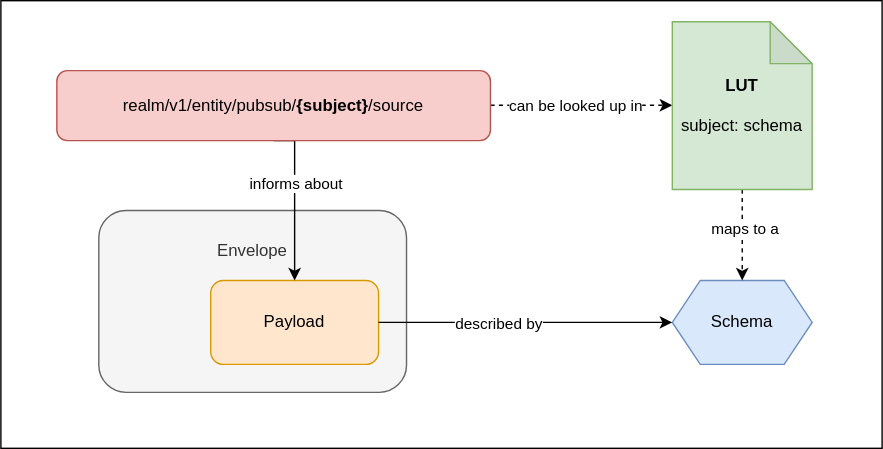
RISE-Maritime/keelson keeps this draw.io diagram as Doc/subject_payload_schema.drawio.svg. Above is the earlier version. Source tidied: cells renumbered, new cells last; positions are measured from the earlier drawing's top-left corner, leaving out a move shared by most shapes.
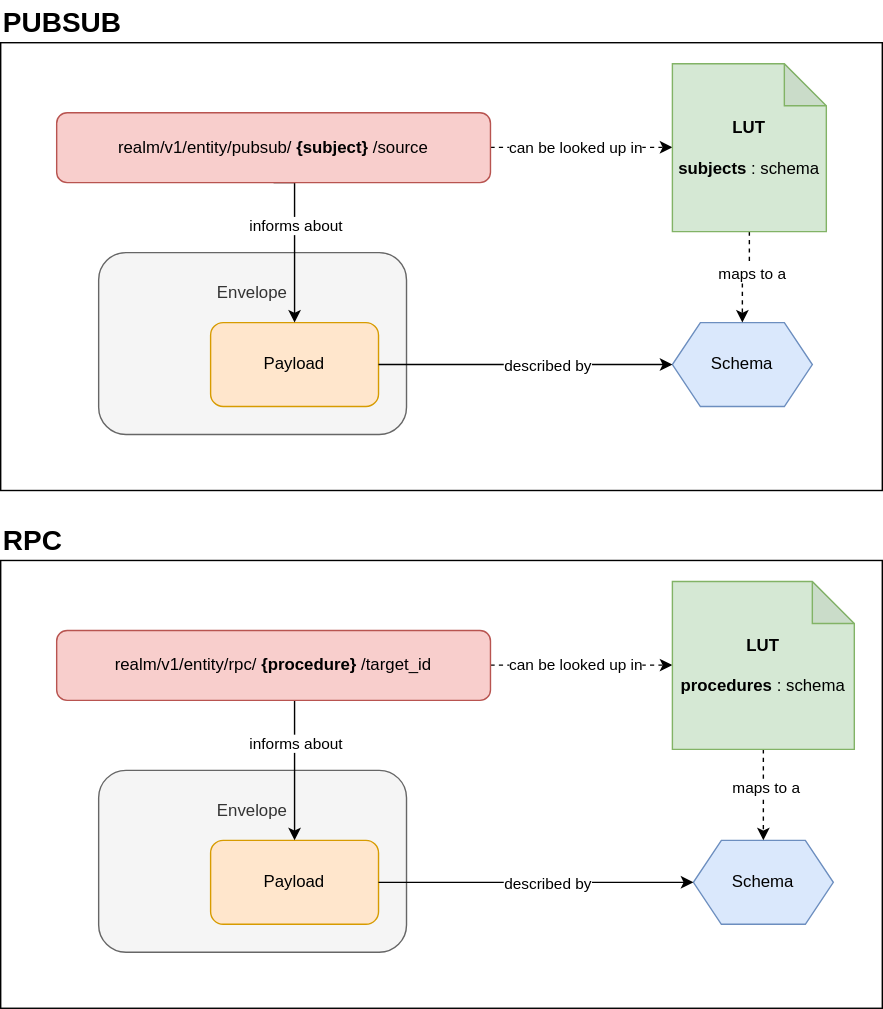
Later version of the same file.

Diff of the diagram source:
```diff
@@ -11,17 +11,19 @@
     <mxCell id="4" value="Envelope&lt;br&gt;&lt;br&gt;&lt;br&gt;&lt;br&gt;&lt;br&gt;&lt;br&gt;" style="rounded=1;whiteSpace=wrap;html=1;fillColor=#f5f5f5;strokeColor=#666666;fontColor=#333333;" parent="3" vertex="1">
       <mxGeometry width="220" height="130" as="geometry" />
     </mxCell>
-    <mxCell id="5" value="Payload" style="rounded=1;whiteSpace=wrap;html=1;fillColor=#ffe6cc;strokeColor=#d79b00;" parent="3" vertex="1">
+    <mxCell id="5" value="&lt;font color=&quot;#000000&quot;&gt;Payload&lt;/font&gt;" style="rounded=1;whiteSpace=wrap;html=1;fillColor=#ffe6cc;strokeColor=#d79b00;" parent="3" vertex="1">
       <mxGeometry x="80" y="50" width="120" height="60" as="geometry" />
     </mxCell>
-    <mxCell id="6" value="Schema" style="shape=hexagon;perimeter=hexagonPerimeter2;whiteSpace=wrap;html=1;fixedSize=1;fillColor=#dae8fc;strokeColor=#6c8ebf;" parent="1" vertex="1">
+    <mxCell id="6" value="&lt;font color=&quot;#000000&quot;&gt;Schema&lt;/font&gt;" style="shape=hexagon;perimeter=hexagonPerimeter2;whiteSpace=wrap;html=1;fixedSize=1;fillColor=#dae8fc;strokeColor=#6c8ebf;" parent="1" vertex="1">
       <mxGeometry x="480" y="200" width="100" height="60" as="geometry" />
     </mxCell>
     <mxCell id="7" style="edgeStyle=orthogonalEdgeStyle;rounded=0;jettySize=auto;html=1;exitX=1;exitY=0.5;exitDx=0;exitDy=0;entryX=0;entryY=0.5;entryDx=0;entryDy=0;startArrow=none;startFill=0;endArrow=classic;endFill=1;" parent="1" edge="1" source="5" target="6">
       <mxGeometry relative="1" as="geometry" />
     </mxCell>
     <mxCell id="8" value="described by" style="edgeLabel;html=1;align=center;verticalAlign=middle;" parent="7" vertex="1">
-      <mxGeometry x="-0.19" relative="1" as="geometry" />
+      <mxGeometry x="-0.19" relative="1" as="geometry">
+        <mxPoint x="35" as="offset" />
+      </mxGeometry>
     </mxCell>
     <mxCell id="9" style="edgeStyle=orthogonalEdgeStyle;rounded=0;jettySize=auto;html=1;exitX=0.5;exitY=1;exitDx=0;exitDy=0;" parent="1" edge="1" source="13" target="5">
       <mxGeometry relative="1" as="geometry">
@@ -46,7 +48,7 @@
         <mxPoint x="6" as="offset" />
       </mxGeometry>
     </mxCell>
-    <mxCell id="13" value="realm/v1/entity/pubsub/&lt;b&gt;{subject}&lt;/b&gt;/source" style="rounded=1;whiteSpace=wrap;html=1;fillColor=#f8cecc;strokeColor=#b85450;" parent="1" vertex="1">
+    <mxCell id="13" value="&lt;font color=&quot;#000000&quot;&gt;realm/v1/entity/pubsub/&lt;b&gt;{subject}&lt;/b&gt;/source&lt;/font&gt;" style="rounded=1;whiteSpace=wrap;html=1;fillColor=#f8cecc;strokeColor=#b85450;" parent="1" vertex="1">
       <mxGeometry x="40" y="50" width="310" height="50" as="geometry" />
     </mxCell>
     <mxCell id="14" style="edgeStyle=orthogonalEdgeStyle;rounded=0;jettySize=auto;html=1;exitX=0.5;exitY=1;exitDx=0;exitDy=0;exitPerimeter=0;entryX=0.5;entryY=0;entryDx=0;entryDy=0;dashed=1;" parent="1" edge="1" source="16" target="6">
@@ -55,8 +57,72 @@
     <mxCell id="15" value="maps to a" style="edgeLabel;html=1;align=center;verticalAlign=middle;" parent="14" vertex="1">
       <mxGeometry x="-0.18" y="1" relative="1" as="geometry" />
     </mxCell>
-    <mxCell id="16" value="&lt;b&gt;LUT&lt;/b&gt;&lt;br&gt;&lt;br&gt;subject: schema" style="shape=note;whiteSpace=wrap;html=1;backgroundOutline=1;darkOpacity=0.05;fillColor=#d5e8d4;strokeColor=#82b366;" parent="1" vertex="1">
-      <mxGeometry x="480" y="15" width="100" height="120" as="geometry" />
+    <mxCell id="16" value="&lt;font color=&quot;#000000&quot;&gt;&lt;b&gt;LUT&lt;/b&gt;&lt;br&gt;&lt;br&gt;&lt;b&gt;subjects&lt;/b&gt;: schema&lt;/font&gt;" style="shape=note;whiteSpace=wrap;html=1;backgroundOutline=1;darkOpacity=0.05;fillColor=#d5e8d4;strokeColor=#82b366;" parent="1" vertex="1">
+      <mxGeometry x="480" y="15" width="110" height="120" as="geometry" />
     </mxCell>
+    <mxCell id="17" style="rounded=0;whiteSpace=wrap;html=1;" parent="1" vertex="1">
+      <mxGeometry y="370" width="630" height="320" as="geometry" />
+    </mxCell>
+    <mxCell id="18" style="group;" parent="1" vertex="1">
+      <mxGeometry x="70" y="520" width="220" height="130" as="geometry" />
+    </mxCell>
+    <mxCell id="19" value="Envelope&lt;br&gt;&lt;br&gt;&lt;br&gt;&lt;br&gt;&lt;br&gt;&lt;br&gt;" style="rounded=1;whiteSpace=wrap;html=1;fillColor=#f5f5f5;strokeColor=#666666;fontColor=#333333;" parent="18" vertex="1">
+      <mxGeometry width="220" height="130" as="geometry" />
+    </mxCell>
+    <mxCell id="20" value="&lt;font color=&quot;#000000&quot;&gt;Payload&lt;/font&gt;" style="rounded=1;whiteSpace=wrap;html=1;fillColor=#ffe6cc;strokeColor=#d79b00;" parent="18" vertex="1">
+      <mxGeometry x="80" y="50" width="120" height="60" as="geometry" />
+    </mxCell>
+    <mxCell id="21" value="&lt;font color=&quot;#000000&quot;&gt;Schema&lt;/font&gt;" style="shape=hexagon;perimeter=hexagonPerimeter2;whiteSpace=wrap;html=1;fixedSize=1;fillColor=#dae8fc;strokeColor=#6c8ebf;" parent="1" vertex="1">
+      <mxGeometry x="495" y="570" width="100" height="60" as="geometry" />
+    </mxCell>
+    <mxCell id="22" style="edgeStyle=orthogonalEdgeStyle;rounded=0;jettySize=auto;html=1;exitX=1;exitY=0.5;exitDx=0;exitDy=0;entryX=0;entryY=0.5;entryDx=0;entryDy=0;startArrow=none;startFill=0;endArrow=classic;endFill=1;" parent="1" edge="1" source="20" target="21">
+      <mxGeometry relative="1" as="geometry" />
+    </mxCell>
+    <mxCell id="23" value="described by" style="edgeLabel;html=1;align=center;verticalAlign=middle;" parent="22" vertex="1">
+      <mxGeometry x="-0.19" relative="1" as="geometry">
+        <mxPoint x="29" as="offset" />
+      </mxGeometry>
+    </mxCell>
+    <mxCell id="24" style="edgeStyle=orthogonalEdgeStyle;rounded=0;jettySize=auto;html=1;exitX=0.5;exitY=1;exitDx=0;exitDy=0;" parent="1" edge="1" source="28" target="20">
+      <mxGeometry relative="1" as="geometry">
+        <Array as="points">
+          <mxPoint x="210" y="470" />
+        </Array>
+      </mxGeometry>
+    </mxCell>
+    <mxCell id="25" value="informs about" style="edgeLabel;html=1;align=center;verticalAlign=middle;" parent="24" vertex="1">
+      <mxGeometry x="-0.09" relative="1" as="geometry">
+        <mxPoint y="-7" as="offset" />
+      </mxGeometry>
+    </mxCell>
+    <mxCell id="26" style="edgeStyle=orthogonalEdgeStyle;rounded=0;orthogonalLoop=1;jettySize=auto;html=1;exitX=1;exitY=0.5;exitDx=0;exitDy=0;entryX=0;entryY=0.5;entryDx=0;entryDy=0;entryPerimeter=0;dashed=1;" parent="1" edge="1">
+      <mxGeometry relative="1" as="geometry">
+        <mxPoint x="350" y="444.8" as="sourcePoint" />
+        <mxPoint x="480" y="444.8" as="targetPoint" />
+      </mxGeometry>
+    </mxCell>
+    <mxCell id="27" value="can be looked up in" style="edgeLabel;html=1;align=center;verticalAlign=middle;" parent="26" vertex="1">
+      <mxGeometry x="-0.18" relative="1" as="geometry">
+        <mxPoint x="6" as="offset" />
+      </mxGeometry>
+    </mxCell>
+    <mxCell id="28" value="&lt;font color=&quot;#000000&quot;&gt;realm/v1/entity/rpc/&lt;b&gt;{procedure}&lt;/b&gt;/target_id&lt;/font&gt;" style="rounded=1;whiteSpace=wrap;html=1;fillColor=#f8cecc;strokeColor=#b85450;" parent="1" vertex="1">
+      <mxGeometry x="40" y="420" width="310" height="50" as="geometry" />
+    </mxCell>
+    <mxCell id="29" style="edgeStyle=orthogonalEdgeStyle;rounded=0;jettySize=auto;html=1;exitX=0.5;exitY=1;exitDx=0;exitDy=0;exitPerimeter=0;entryX=0.5;entryY=0;entryDx=0;entryDy=0;dashed=1;" parent="1" edge="1" source="31" target="21">
+      <mxGeometry relative="1" as="geometry" />
+    </mxCell>
+    <mxCell id="30" value="maps to a" style="edgeLabel;html=1;align=center;verticalAlign=middle;" parent="29" vertex="1">
+      <mxGeometry x="-0.18" y="1" relative="1" as="geometry" />
+    </mxCell>
+    <mxCell id="31" value="&lt;font color=&quot;#000000&quot;&gt;&lt;b&gt;LUT&lt;/b&gt;&lt;br&gt;&lt;br&gt;&lt;/font&gt;&lt;b style=&quot;color: rgb(0, 0, 0);&quot;&gt;procedures&lt;/b&gt;&lt;font color=&quot;#000000&quot;&gt;: schema&lt;/font&gt;" style="shape=note;whiteSpace=wrap;html=1;backgroundOutline=1;darkOpacity=0.05;fillColor=#d5e8d4;strokeColor=#82b366;" parent="1" vertex="1">
+      <mxGeometry x="480" y="385" width="130" height="120" as="geometry" />
+    </mxCell>
+    <mxCell id="32" value="&lt;font style=&quot;font-size: 20px;&quot;&gt;&lt;b&gt;PUBSUB&lt;/b&gt;&lt;/font&gt;" style="text;html=1;strokeColor=none;fillColor=none;align=left;verticalAlign=middle;whiteSpace=wrap;rounded=0;fontColor=#000000;" parent="1" vertex="1">
+      <mxGeometry y="-30" width="140" height="30" as="geometry" />
+    </mxCell>
+    <mxCell id="33" value="&lt;font style=&quot;font-size: 20px;&quot;&gt;&lt;b&gt;RPC&lt;/b&gt;&lt;/font&gt;" style="text;html=1;strokeColor=none;fillColor=none;align=left;verticalAlign=middle;whiteSpace=wrap;rounded=0;fontColor=#000000;" parent="1" vertex="1">
+      <mxGeometry y="340" width="140" height="30" as="geometry" />
+    </mxCell>
   </root>
 </mxGraphModel>
```
